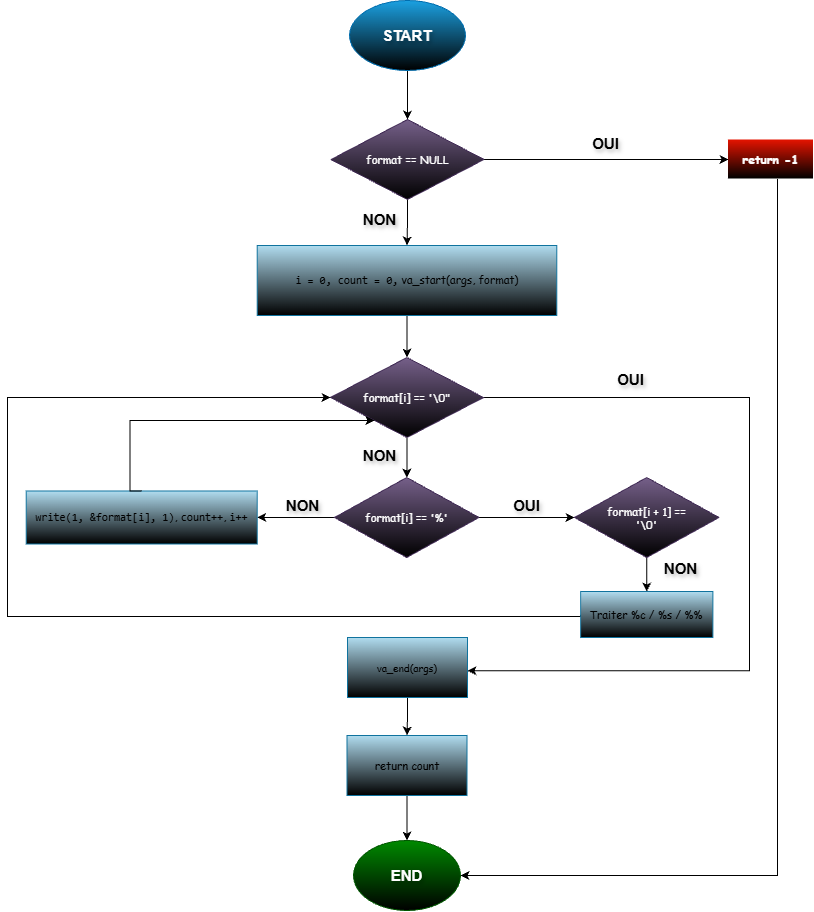
Earlier version of the draw.io export 1st_Flowcharts.drawio.png (AdPatresSs/holbertonschool-printf). Source tidied: cells renumbered, new cells last; positions are measured from the earlier drawing's top-left corner, leaving out a move shared by most shapes.
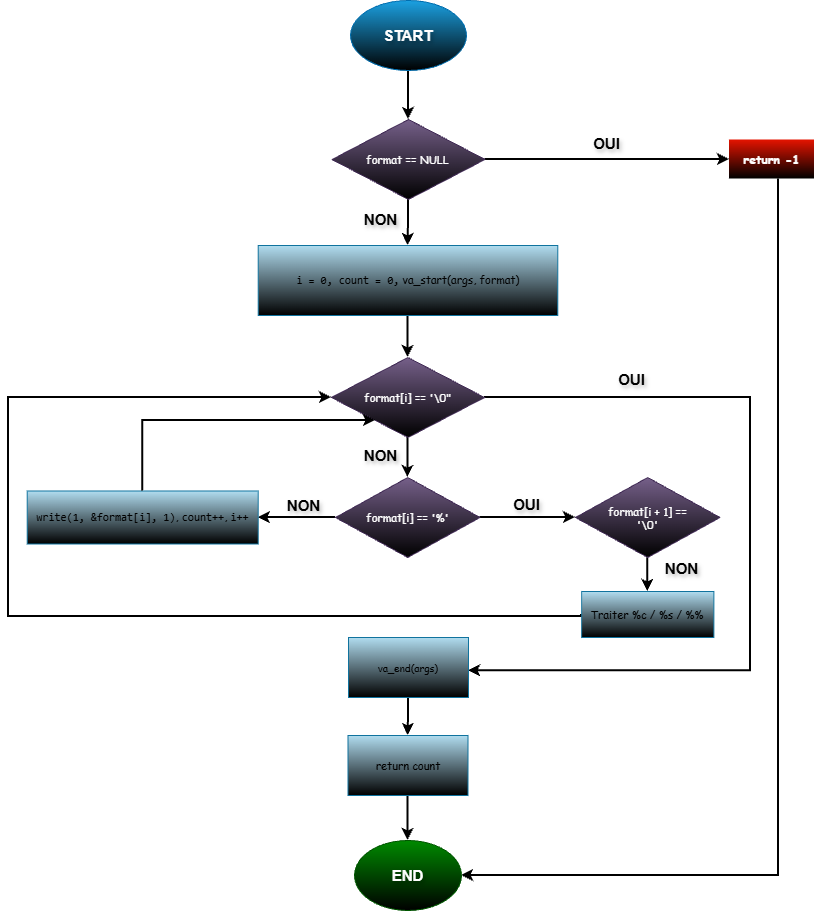
Above is the later version.

Commit message:
Mettre à jour 1st_Flowcharts.drawio.png

Diff of the diagram source:
```diff
@@ -2,13 +2,13 @@
   <root>
     <mxCell id="0" />
     <mxCell id="1" parent="0" />
-    <mxCell id="2" style="edgeStyle=orthogonalEdgeStyle;rounded=0;jettySize=auto;html=1;defaultLabelBackgroundColor=page;labelPadding=0 4;fontSize=15;" parent="1" edge="1" source="3" target="8">
+    <mxCell id="2" style="edgeStyle=orthogonalEdgeStyle;rounded=0;jettySize=auto;html=1;defaultLabelBackgroundColor=page;labelPadding=0 4;fontSize=15;strokeWidth=2;strokeColor=light-dark(#000000,#FFF1ED);" parent="1" edge="1" source="3" target="8">
       <mxGeometry relative="1" as="geometry" />
     </mxCell>
     <mxCell id="3" value="START" style="ellipse;whiteSpace=wrap;html=1;shapeInside=1;labelBorderColor=none;textShadow=1;fontStyle=1;fontSize=15;fillColor=#1ba1e2;fontColor=#ffffff;strokeColor=#006EAF;gradientColor=default;" parent="1" vertex="1">
       <mxGeometry x="342" width="116" height="70" as="geometry" />
     </mxCell>
-    <mxCell id="4" style="edgeStyle=orthogonalEdgeStyle;rounded=0;jettySize=auto;html=1;defaultLabelBackgroundColor=page;labelPadding=0 4;verticalAlign=top;fontSize=15;" parent="1" edge="1" source="8" target="10">
+    <mxCell id="4" style="edgeStyle=orthogonalEdgeStyle;rounded=0;jettySize=auto;html=1;defaultLabelBackgroundColor=page;labelPadding=0 4;verticalAlign=top;fontSize=15;strokeWidth=2;strokeColor=light-dark(#000000,#FFF1ED);" parent="1" edge="1" source="8" target="10">
       <mxGeometry relative="1" as="geometry" />
     </mxCell>
     <mxCell id="5" value="OUI" style="edgeLabel;html=1;align=center;verticalAlign=bottom;inheritText=fontFamily,textOpacity,labelBorderColor,labelBorderWidth,labelBackgroundColor,defaultLabelBackgroundColor,labelPadding;defaultLabelBackgroundColor=page;labelPadding=0 4;fontColor=light-dark(#000000,#FF0000);textShadow=1;fontStyle=1;fontSize=15;" parent="4" vertex="1">
@@ -16,7 +16,7 @@
         <mxPoint x="-16" y="-4" as="offset" />
       </mxGeometry>
     </mxCell>
-    <mxCell id="6" style="edgeStyle=orthogonalEdgeStyle;rounded=0;jettySize=auto;html=1;defaultLabelBackgroundColor=page;labelPadding=0 4;verticalAlign=middle;align=right;fontSize=15;" parent="1" edge="1" source="8" target="13">
+    <mxCell id="6" style="edgeStyle=orthogonalEdgeStyle;rounded=0;jettySize=auto;html=1;defaultLabelBackgroundColor=page;labelPadding=0 4;verticalAlign=middle;align=right;fontSize=15;strokeWidth=2;strokeColor=light-dark(#000000,#FFF1ED);" parent="1" edge="1" source="8" target="13">
       <mxGeometry relative="1" as="geometry" />
     </mxCell>
     <mxCell id="7" value="NON" style="edgeLabel;html=1;align=center;verticalAlign=middle;inheritText=fontFamily,textOpacity,labelBorderColor,labelBorderWidth,labelBackgroundColor,defaultLabelBackgroundColor,labelPadding;defaultLabelBackgroundColor=page;labelPadding=0 4;fontSize=15;fontColor=light-dark(#000000,#00FF00);textShadow=1;fontStyle=1;" parent="6" vertex="1">
@@ -27,7 +27,7 @@
     <mxCell id="8" value="format == NULL" style="rhombus;whiteSpace=wrap;html=1;shapeInside=1;fontSize=11;fontFamily=Comic Sans MS;fillColor=light-dark(#76608A,#9D4DED);strokeColor=#432D57;fontColor=#ffffff;gradientColor=default;" parent="1" vertex="1">
       <mxGeometry x="323.5" y="119" width="153" height="80" as="geometry" />
     </mxCell>
-    <mxCell id="9" style="edgeStyle=orthogonalEdgeStyle;rounded=0;jettySize=auto;html=1;defaultLabelBackgroundColor=page;labelPadding=0 4;fontSize=15;" parent="1" edge="1" source="10" target="11">
+    <mxCell id="9" style="edgeStyle=orthogonalEdgeStyle;rounded=0;jettySize=auto;html=1;defaultLabelBackgroundColor=page;labelPadding=0 4;fontSize=15;strokeWidth=2;strokeColor=light-dark(#000000,#FFF1ED);" parent="1" edge="1" source="10" target="11">
       <mxGeometry x="0.02" relative="1" as="geometry">
         <Array as="points">
           <mxPoint x="770" y="875" />
@@ -40,22 +40,22 @@
     <mxCell id="11" value="END" style="ellipse;whiteSpace=wrap;html=1;shapeInside=1;fillColor=#008a00;fontColor=#ffffff;strokeColor=#005700;gradientColor=default;fontSize=15;fontStyle=1;textShadow=1;" parent="1" vertex="1">
       <mxGeometry x="346" y="840" width="107" height="70" as="geometry" />
     </mxCell>
-    <mxCell id="12" style="edgeStyle=orthogonalEdgeStyle;rounded=0;jettySize=auto;html=1;defaultLabelBackgroundColor=page;labelPadding=0 4;fontSize=15;" parent="1" edge="1" source="13" target="24">
+    <mxCell id="12" style="edgeStyle=orthogonalEdgeStyle;rounded=0;jettySize=auto;html=1;defaultLabelBackgroundColor=page;labelPadding=0 4;fontSize=15;strokeWidth=2;strokeColor=light-dark(#000000,#FFF1ED);" parent="1" edge="1" source="13" target="24">
       <mxGeometry relative="1" as="geometry" />
     </mxCell>
     <mxCell id="13" value="&lt;font&gt;&lt;code&gt;i = 0, count = 0,&lt;/code&gt;&amp;nbsp;&lt;/font&gt;&lt;span style=&quot;background-color: transparent; color: light-dark(#000000, var(--ge-light-color, #ffffff));&quot;&gt;va_start(args, format)&lt;/span&gt;" style="whiteSpace=wrap;html=1;fontSize=11;fontFamily=Comic Sans MS;fillColor=light-dark(#B1DDF0,#1D184D);strokeColor=#10739e;gradientColor=light-dark(#000000,#66FFFF);" parent="1" vertex="1">
       <mxGeometry x="249.7" y="245" width="299.6" height="70" as="geometry" />
     </mxCell>
-    <mxCell id="14" style="edgeStyle=orthogonalEdgeStyle;rounded=0;jettySize=auto;html=1;defaultLabelBackgroundColor=page;labelPadding=0 4;" parent="1" edge="1" source="16" target="29">
+    <mxCell id="14" style="edgeStyle=orthogonalEdgeStyle;rounded=0;jettySize=auto;html=1;defaultLabelBackgroundColor=page;labelPadding=0 4;strokeWidth=2;strokeColor=light-dark(#000000,#FFF1ED);" parent="1" edge="1" source="16" target="29">
       <mxGeometry relative="1" as="geometry" />
     </mxCell>
-    <mxCell id="15" style="edgeStyle=orthogonalEdgeStyle;rounded=0;jettySize=auto;html=1;defaultLabelBackgroundColor=page;labelPadding=0 4;" parent="1" edge="1" source="16" target="32">
+    <mxCell id="15" style="edgeStyle=orthogonalEdgeStyle;rounded=0;jettySize=auto;html=1;defaultLabelBackgroundColor=page;labelPadding=0 4;strokeWidth=2;strokeColor=light-dark(#000000,#FFF1ED);" parent="1" edge="1" source="16" target="32">
       <mxGeometry relative="1" as="geometry" />
     </mxCell>
     <mxCell id="16" value="format[i] == '%'" style="rhombus;whiteSpace=wrap;html=1;shapeInside=1;fontSize=11;fontFamily=Comic Sans MS;fillColor=light-dark(#76608A,#9D4DED);strokeColor=#432D57;fontColor=#ffffff;gradientColor=default;" parent="1" vertex="1">
       <mxGeometry x="327" y="477" width="144.5" height="80" as="geometry" />
     </mxCell>
-    <mxCell id="17" style="edgeStyle=orthogonalEdgeStyle;rounded=0;jettySize=auto;html=1;defaultLabelBackgroundColor=page;labelPadding=0 4;fontSize=15;" parent="1" edge="1" source="24" target="16">
+    <mxCell id="17" style="edgeStyle=orthogonalEdgeStyle;rounded=0;jettySize=auto;html=1;defaultLabelBackgroundColor=page;labelPadding=0 4;fontSize=15;strokeWidth=2;strokeColor=light-dark(#000000,#FFF3EF);" parent="1" edge="1" source="24" target="16">
       <mxGeometry relative="1" as="geometry" />
     </mxCell>
     <mxCell id="18" value="NON" style="edgeLabel;html=1;align=center;verticalAlign=middle;inheritText=fontFamily,fontSize,textOpacity,labelBorderColor,labelBorderWidth,labelBackgroundColor,defaultLabelBackgroundColor,labelPadding;fontSize=15;defaultLabelBackgroundColor=page;labelPadding=0 4;textShadow=1;fontColor=light-dark(#000000,#FF3333);fontStyle=1;" parent="17" vertex="1">
@@ -73,7 +73,7 @@
         <mxPoint x="275" y="114" as="offset" />
       </mxGeometry>
     </mxCell>
-    <mxCell id="21" style="edgeStyle=orthogonalEdgeStyle;rounded=0;jettySize=auto;html=1;defaultLabelBackgroundColor=page;labelPadding=0 4;fontSize=15;exitX=1;exitY=0.5;exitDx=0;exitDy=0;" parent="1" edge="1" source="24" target="26">
+    <mxCell id="21" style="edgeStyle=orthogonalEdgeStyle;rounded=0;jettySize=auto;html=1;defaultLabelBackgroundColor=page;labelPadding=0 4;fontSize=15;exitX=1;exitY=0.5;exitDx=0;exitDy=0;strokeWidth=2;strokeColor=light-dark(#000000,#FFF1ED);" parent="1" edge="1" source="24" target="26">
       <mxGeometry x="-0.25" relative="1" as="geometry">
         <Array as="points">
           <mxPoint x="742" y="397" />
@@ -94,13 +94,13 @@
     <mxCell id="24" value="format[i] == '\0&quot;" style="rhombus;whiteSpace=wrap;html=1;shapeInside=1;fontSize=11;fontFamily=Comic Sans MS;fillColor=light-dark(#76608A,#9D4DED);strokeColor=#432D57;fontColor=#ffffff;gradientColor=default;" parent="1" vertex="1">
       <mxGeometry x="323" y="357" width="153" height="80" as="geometry" />
     </mxCell>
-    <mxCell id="25" style="edgeStyle=orthogonalEdgeStyle;rounded=0;jettySize=auto;html=1;defaultLabelBackgroundColor=page;labelPadding=0 4;fontSize=15;" parent="1" edge="1" source="26" target="28">
+    <mxCell id="25" style="edgeStyle=orthogonalEdgeStyle;rounded=0;jettySize=auto;html=1;defaultLabelBackgroundColor=page;labelPadding=0 4;fontSize=15;strokeWidth=2;strokeColor=light-dark(#000000,#FFF3EF);" parent="1" edge="1" source="26" target="28">
       <mxGeometry relative="1" as="geometry" />
     </mxCell>
     <mxCell id="26" value="&lt;font size=&quot;1&quot;&gt;va_end(args)&lt;/font&gt;" style="rounded=0;whiteSpace=wrap;html=1;fontSize=11;fontFamily=Comic Sans MS;fillColor=light-dark(#B1DDF0,#1D184D);strokeColor=#10739e;gradientColor=light-dark(#000000,#66FFFF);" parent="1" vertex="1">
       <mxGeometry x="340" y="637" width="120" height="60" as="geometry" />
     </mxCell>
-    <mxCell id="27" style="edgeStyle=orthogonalEdgeStyle;rounded=0;jettySize=auto;html=1;defaultLabelBackgroundColor=page;labelPadding=0 4;fontSize=15;" parent="1" edge="1" source="28" target="11">
+    <mxCell id="27" style="edgeStyle=orthogonalEdgeStyle;rounded=0;jettySize=auto;html=1;defaultLabelBackgroundColor=page;labelPadding=0 4;fontSize=15;strokeWidth=2;strokeColor=light-dark(#000000,#FFF3EF);" parent="1" edge="1" source="28" target="11">
       <mxGeometry relative="1" as="geometry" />
     </mxCell>
     <mxCell id="28" value="return count" style="rounded=0;whiteSpace=wrap;html=1;fontSize=11;fontFamily=Comic Sans MS;fillColor=light-dark(#B1DDF0,#1D184D);strokeColor=#10739e;gradientColor=light-dark(#000000,#66FFFF);" parent="1" vertex="1">
@@ -109,20 +109,20 @@
     <mxCell id="29" value="&lt;font&gt;&lt;code style=&quot;&quot;&gt;write(1, &amp;amp;format[i], 1)&lt;/code&gt;, &lt;code style=&quot;&quot;&gt;count++&lt;/code&gt;, &lt;code style=&quot;&quot;&gt;i++&lt;/code&gt;&lt;/font&gt;" style="rounded=0;whiteSpace=wrap;html=1;fontSize=11;fontFamily=Comic Sans MS;fillColor=light-dark(#B1DDF0,#1D184D);strokeColor=#10739e;gradientColor=light-dark(#000000,#66FFFF);" parent="1" vertex="1">
       <mxGeometry x="18.7" y="490.5" width="231" height="53" as="geometry" />
     </mxCell>
-    <mxCell id="30" style="edgeStyle=orthogonalEdgeStyle;rounded=0;jettySize=auto;html=1;exitX=0.5;exitY=0;exitDx=0;exitDy=0;defaultLabelBackgroundColor=page;labelPadding=0 4;" parent="1" edge="1" source="29" target="24">
-      <mxGeometry x="-0.07" relative="1" as="geometry">
+    <mxCell id="30" style="edgeStyle=orthogonalEdgeStyle;rounded=0;jettySize=auto;html=1;exitX=0.5;exitY=0;exitDx=0;exitDy=0;defaultLabelBackgroundColor=page;labelPadding=0 4;strokeWidth=2;strokeColor=light-dark(#000000,#FFF1ED);" parent="1" edge="1" source="29" target="24">
+      <mxGeometry x="-0.15" relative="1" as="geometry">
         <Array as="points">
-          <mxPoint x="122.5" y="420" />
+          <mxPoint x="134.2" y="420" />
         </Array>
       </mxGeometry>
     </mxCell>
-    <mxCell id="31" style="edgeStyle=orthogonalEdgeStyle;rounded=0;jettySize=auto;html=1;defaultLabelBackgroundColor=page;labelPadding=0 4;" parent="1" edge="1" source="32" target="34">
+    <mxCell id="31" style="edgeStyle=orthogonalEdgeStyle;rounded=0;jettySize=auto;html=1;defaultLabelBackgroundColor=page;labelPadding=0 4;strokeWidth=2;strokeColor=light-dark(#000000,#FFF1ED);" parent="1" edge="1" source="32" target="34">
       <mxGeometry relative="1" as="geometry" />
     </mxCell>
     <mxCell id="32" value="format[i + 1] == '\0'" style="rhombus;whiteSpace=wrap;html=1;shapeInside=1;fontSize=11;fontFamily=Comic Sans MS;fillColor=light-dark(#76608A,#9D4DED);strokeColor=#432D57;fontColor=#ffffff;gradientColor=default;" parent="1" vertex="1">
       <mxGeometry x="567" y="477" width="144.5" height="80" as="geometry" />
     </mxCell>
-    <mxCell id="33" style="edgeStyle=orthogonalEdgeStyle;rounded=0;jettySize=auto;html=1;exitX=0;exitY=0.5;exitDx=0;exitDy=0;defaultLabelBackgroundColor=page;labelPadding=0 4;" parent="1" edge="1" source="34" target="24">
+    <mxCell id="33" style="edgeStyle=orthogonalEdgeStyle;rounded=0;jettySize=auto;html=1;exitX=0;exitY=0.5;exitDx=0;exitDy=0;defaultLabelBackgroundColor=page;labelPadding=0 4;strokeWidth=2;strokeColor=light-dark(#000000,#FFF1ED);" parent="1" edge="1" source="34" target="24">
       <mxGeometry x="-0.79" relative="1" as="geometry">
         <Array as="points">
           <mxPoint x="573.1" y="616" />
```
